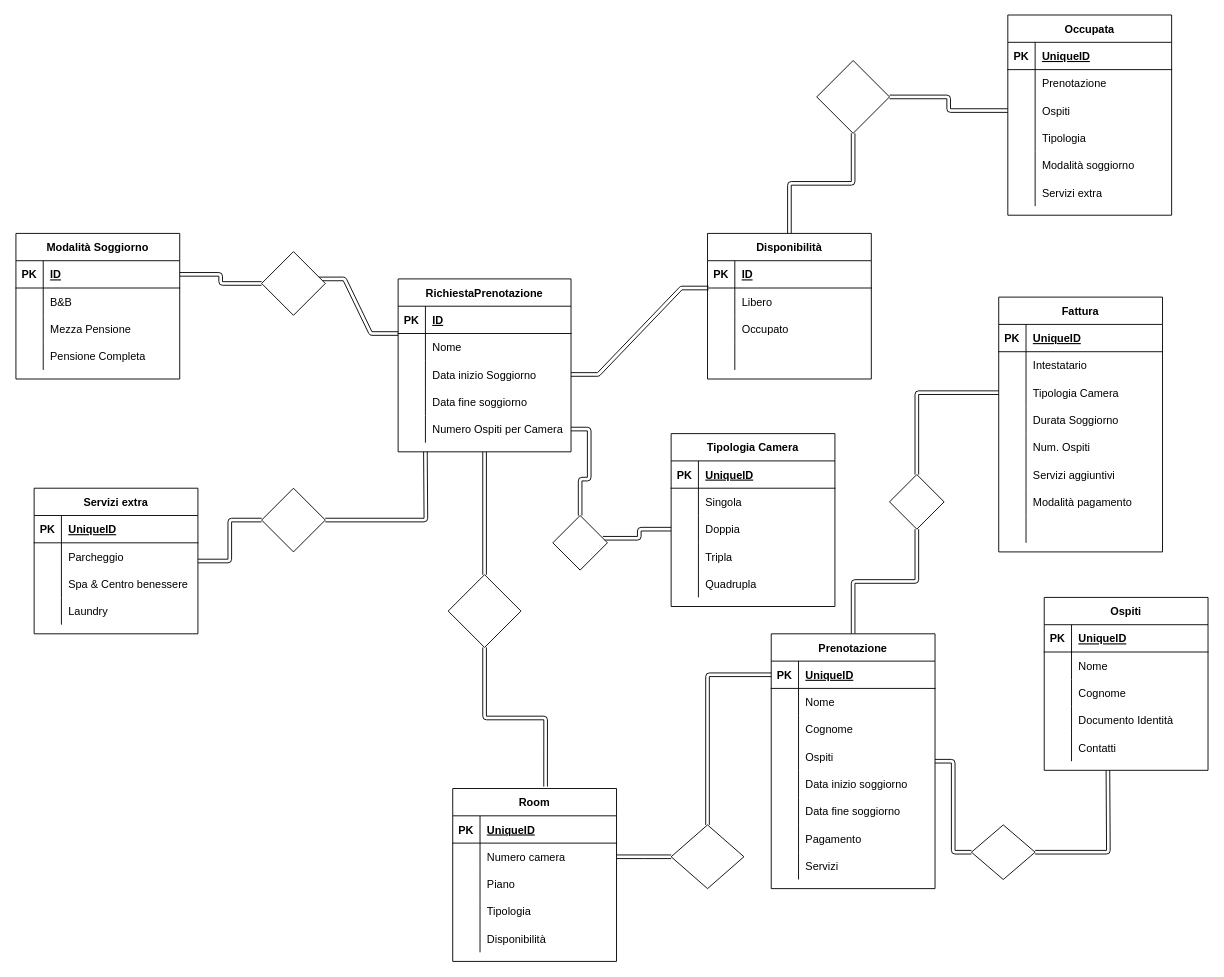
Before: hotel.drawio in TMargherita/db-first, a draw.io diagram. Source tidied: cells renumbered, new cells numbered last; positions are measured from the earlier drawing's top-left corner, leaving out a move shared by most shapes. Both pictures are drawn from the tidied source at 91%, with x=0, y=0 at pixel (15, 15).
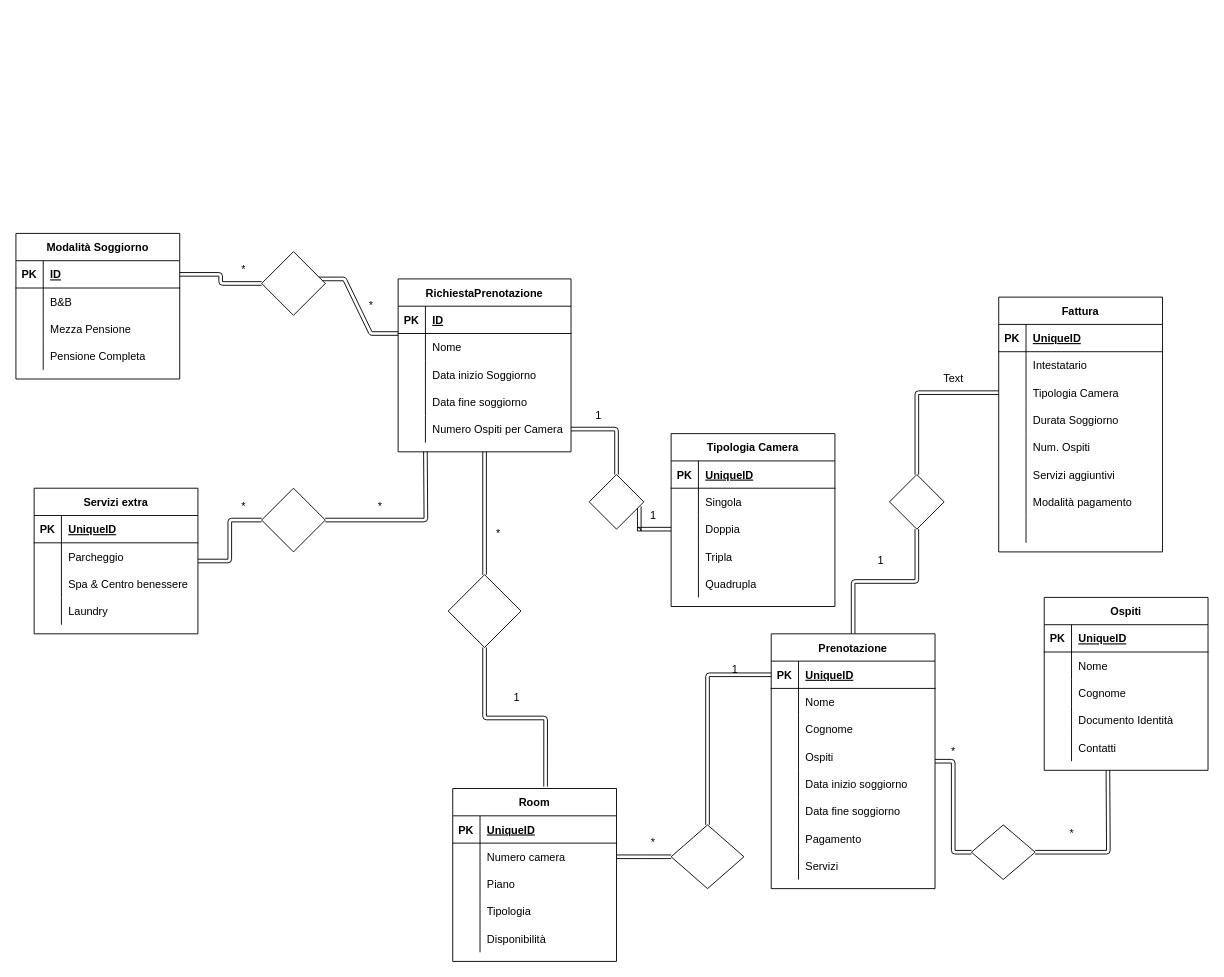
Above is the later version.

Unchanged cells that the change refers to:
```xml
<mxCell id="11" style="shape=partialRectangle;fillColor=none;top=0;left=0;bottom=0;right=0;points=[[0,0.5],[1,0.5]];portConstraint=eastwest;" parent="4" vertex="1">
  <mxGeometry y="90" width="190" height="30" as="geometry" />
</mxCell>
```

Diff of the diagram source:
```diff
@@
-    <mxCell id="2" style="edgeStyle=entityRelationEdgeStyle;fontSize=12;html=1;endArrow=ERone;endFill=1;exitX=1;exitY=0.5;exitDx=0;exitDy=0;entryX=0.006;entryY=0;entryDx=0;entryDy=0;entryPerimeter=0;shape=link;curved=1;" parent="1" edge="1" source="11" target="41">
-      <mxGeometry relative="1" as="geometry" />
-    </mxCell>
@@
-    <mxCell id="36" style="edgeStyle=orthogonalEdgeStyle;shape=link;rounded=1;sketch=0;jettySize=auto;html=1;" parent="1" edge="1" source="37" target="143">
-      <mxGeometry relative="1" as="geometry" />
-    </mxCell>
-    <mxCell id="37" value="Disponibilità" style="shape=table;startSize=30;childLayout=tableLayout;rowLines=0;fontStyle=1;align=center;" parent="1" vertex="1">
-      <mxGeometry x="760" y="240" width="180" height="160" as="geometry" />
-    </mxCell>
-    <mxCell id="38" style="shape=partialRectangle;fillColor=none;top=0;left=0;bottom=1;right=0;" parent="37" vertex="1">
-      <mxGeometry y="30" width="180" height="30" as="geometry" />
-    </mxCell>
-    <mxCell id="39" value="PK" style="shape=partialRectangle;fillColor=none;top=0;left=0;bottom=0;right=0;fontStyle=1;overflow=hidden;" parent="38" vertex="1">
-      <mxGeometry width="30" height="30" as="geometry" />
-    </mxCell>
-    <mxCell id="40" value="ID" style="shape=partialRectangle;fillColor=none;top=0;left=0;bottom=0;right=0;align=left;spacingLeft=6;fontStyle=5;overflow=hidden;" parent="38" vertex="1">
-      <mxGeometry x="30" width="150" height="30" as="geometry" />
-    </mxCell>
-    <mxCell id="41" style="shape=partialRectangle;fillColor=none;top=0;left=0;bottom=0;right=0;points=[[0,0.5],[1,0.5]];portConstraint=eastwest;" parent="37" vertex="1">
-      <mxGeometry y="60" width="180" height="30" as="geometry" />
-    </mxCell>
-    <mxCell id="42" style="shape=partialRectangle;fillColor=none;top=0;left=0;bottom=0;right=0;overflow=hidden;" parent="41" vertex="1">
-      <mxGeometry width="30" height="30" as="geometry" />
-    </mxCell>
-    <mxCell id="43" value="Libero" style="shape=partialRectangle;fillColor=none;top=0;left=0;bottom=0;right=0;align=left;spacingLeft=6;overflow=hidden;" parent="41" vertex="1">
-      <mxGeometry x="30" width="150" height="30" as="geometry" />
-    </mxCell>
-    <mxCell id="44" style="shape=partialRectangle;fillColor=none;top=0;left=0;bottom=0;right=0;" parent="37" vertex="1">
-      <mxGeometry y="90" width="180" height="30" as="geometry" />
-    </mxCell>
-    <mxCell id="45" style="shape=partialRectangle;fillColor=none;top=0;left=0;bottom=0;right=0;overflow=hidden;" parent="44" vertex="1">
-      <mxGeometry width="30" height="30" as="geometry" />
-    </mxCell>
-    <mxCell id="46" value="Occupato" style="shape=partialRectangle;fillColor=none;top=0;left=0;bottom=0;right=0;align=left;spacingLeft=6;overflow=hidden;" parent="44" vertex="1">
-      <mxGeometry x="30" width="150" height="30" as="geometry" />
-    </mxCell>
-    <mxCell id="47" style="shape=partialRectangle;fillColor=none;top=0;left=0;bottom=0;right=0;" parent="37" vertex="1">
-      <mxGeometry y="120" width="180" height="30" as="geometry" />
-    </mxCell>
-    <mxCell id="48" style="shape=partialRectangle;fillColor=none;top=0;left=0;bottom=0;right=0;overflow=hidden;" parent="47" vertex="1">
-      <mxGeometry width="30" height="30" as="geometry" />
-    </mxCell>
-    <mxCell id="49" style="shape=partialRectangle;fillColor=none;top=0;left=0;bottom=0;right=0;align=left;spacingLeft=6;overflow=hidden;" parent="47" vertex="1">
-      <mxGeometry x="30" width="150" height="30" as="geometry" />
-    </mxCell>
-    <mxCell id="50" value="Occupata" style="shape=table;startSize=30;childLayout=tableLayout;rowLines=0;fontStyle=1;align=center;" parent="1" vertex="1">
-      <mxGeometry x="1090" width="180" height="220" as="geometry" />
-    </mxCell>
-    <mxCell id="51" style="shape=partialRectangle;fillColor=none;top=0;left=0;bottom=1;right=0;" parent="50" vertex="1">
-      <mxGeometry y="30" width="180" height="30" as="geometry" />
-    </mxCell>
-    <mxCell id="52" value="PK" style="shape=partialRectangle;fillColor=none;top=0;left=0;bottom=0;right=0;fontStyle=1;overflow=hidden;" parent="51" vertex="1">
-      <mxGeometry width="30" height="30" as="geometry" />
-    </mxCell>
-    <mxCell id="53" value="UniqueID" style="shape=partialRectangle;fillColor=none;top=0;left=0;bottom=0;right=0;align=left;spacingLeft=6;fontStyle=5;overflow=hidden;" parent="51" vertex="1">
-      <mxGeometry x="30" width="150" height="30" as="geometry" />
-    </mxCell>
-    <mxCell id="54" style="shape=partialRectangle;fillColor=none;top=0;left=0;bottom=0;right=0;" parent="50" vertex="1">
-      <mxGeometry y="60" width="180" height="30" as="geometry" />
-    </mxCell>
-    <mxCell id="55" style="shape=partialRectangle;fillColor=none;top=0;left=0;bottom=0;right=0;overflow=hidden;" parent="54" vertex="1">
-      <mxGeometry width="30" height="30" as="geometry" />
-    </mxCell>
-    <mxCell id="56" value="Prenotazione" style="shape=partialRectangle;fillColor=none;top=0;left=0;bottom=0;right=0;align=left;spacingLeft=6;overflow=hidden;" parent="54" vertex="1">
-      <mxGeometry x="30" width="150" height="30" as="geometry" />
-    </mxCell>
-    <mxCell id="57" style="shape=partialRectangle;fillColor=none;top=0;left=0;bottom=0;right=0;points=[[0,0.5],[1,0.5]];portConstraint=eastwest;" parent="50" vertex="1">
-      <mxGeometry y="90" width="180" height="30" as="geometry" />
-    </mxCell>
-    <mxCell id="58" style="shape=partialRectangle;fillColor=none;top=0;left=0;bottom=0;right=0;overflow=hidden;" parent="57" vertex="1">
-      <mxGeometry width="30" height="30" as="geometry" />
-    </mxCell>
-    <mxCell id="59" value="Ospiti" style="shape=partialRectangle;fillColor=none;top=0;left=0;bottom=0;right=0;align=left;spacingLeft=6;overflow=hidden;" parent="57" vertex="1">
-      <mxGeometry x="30" width="150" height="30" as="geometry" />
-    </mxCell>
-    <mxCell id="60" style="shape=partialRectangle;fillColor=none;top=0;left=0;bottom=0;right=0;" parent="50" vertex="1">
-      <mxGeometry y="120" width="180" height="30" as="geometry" />
-    </mxCell>
-    <mxCell id="61" style="shape=partialRectangle;fillColor=none;top=0;left=0;bottom=0;right=0;overflow=hidden;" parent="60" vertex="1">
-      <mxGeometry width="30" height="30" as="geometry" />
-    </mxCell>
-    <mxCell id="62" value="Tipologia" style="shape=partialRectangle;fillColor=none;top=0;left=0;bottom=0;right=0;align=left;spacingLeft=6;overflow=hidden;" parent="60" vertex="1">
-      <mxGeometry x="30" width="150" height="30" as="geometry" />
-    </mxCell>
-    <mxCell id="63" style="shape=partialRectangle;fillColor=none;top=0;left=0;bottom=0;right=0;" parent="50" vertex="1">
-      <mxGeometry y="150" width="180" height="30" as="geometry" />
-    </mxCell>
-    <mxCell id="64" style="shape=partialRectangle;fillColor=none;top=0;left=0;bottom=0;right=0;overflow=hidden;" parent="63" vertex="1">
-      <mxGeometry width="30" height="30" as="geometry" />
-    </mxCell>
-    <mxCell id="65" value="Modalità soggiorno" style="shape=partialRectangle;fillColor=none;top=0;left=0;bottom=0;right=0;align=left;spacingLeft=6;overflow=hidden;" parent="63" vertex="1">
-      <mxGeometry x="30" width="150" height="30" as="geometry" />
-    </mxCell>
-    <mxCell id="66" style="shape=partialRectangle;fillColor=none;top=0;left=0;bottom=0;right=0;" parent="50" vertex="1">
-      <mxGeometry y="180" width="180" height="30" as="geometry" />
-    </mxCell>
-    <mxCell id="67" style="shape=partialRectangle;fillColor=none;top=0;left=0;bottom=0;right=0;overflow=hidden;" parent="66" vertex="1">
-      <mxGeometry width="30" height="30" as="geometry" />
-    </mxCell>
-    <mxCell id="68" value="Servizi extra" style="shape=partialRectangle;fillColor=none;top=0;left=0;bottom=0;right=0;align=left;spacingLeft=6;overflow=hidden;" parent="66" vertex="1">
-      <mxGeometry x="30" width="150" height="30" as="geometry" />
-    </mxCell>
@@
-    <mxCell id="142" style="edgeStyle=orthogonalEdgeStyle;shape=link;rounded=1;sketch=0;jettySize=auto;html=1;entryX=0;entryY=0.5;entryDx=0;entryDy=0;" parent="1" edge="1" source="143" target="57">
-      <mxGeometry relative="1" as="geometry" />
-    </mxCell>
-    <mxCell id="143" style="rhombus;whiteSpace=wrap;html=1;" parent="1" vertex="1">
-      <mxGeometry x="880" y="50" width="80" height="80" as="geometry" />
-    </mxCell>
@@
     <mxCell id="196" style="rhombus;whiteSpace=wrap;html=1;" parent="1" vertex="1">
-      <mxGeometry x="590" y="550" width="60" height="60" as="geometry" />
+      <mxGeometry x="630" y="505" width="60" height="60" as="geometry" />
     </mxCell>
@@
+    <mxCell id="199" value="*" style="text;html=1;align=center;verticalAlign=middle;" parent="1" vertex="1">
+      <mxGeometry x="240" y="530" width="20" height="20" as="geometry" />
+    </mxCell>
+    <mxCell id="200" value="*" style="text;html=1;align=center;verticalAlign=middle;" parent="1" vertex="1">
+      <mxGeometry x="390" y="530" width="20" height="20" as="geometry" />
+    </mxCell>
+    <mxCell id="201" value="*" style="text;html=1;align=center;verticalAlign=middle;" parent="1" vertex="1">
+      <mxGeometry x="240" y="270" width="20" height="20" as="geometry" />
+    </mxCell>
+    <mxCell id="202" value="*" style="text;html=1;align=center;verticalAlign=middle;" parent="1" vertex="1">
+      <mxGeometry x="380" y="310" width="20" height="20" as="geometry" />
+    </mxCell>
+    <mxCell id="203" value="*" style="text;html=1;align=center;verticalAlign=middle;" parent="1" vertex="1">
+      <mxGeometry x="520" y="560" width="20" height="20" as="geometry" />
+    </mxCell>
+    <mxCell id="204" value="1" style="text;html=1;align=center;verticalAlign=middle;" parent="1" vertex="1">
+      <mxGeometry x="540" y="740" width="20" height="20" as="geometry" />
+    </mxCell>
+    <mxCell id="205" value="*" style="text;html=1;align=center;verticalAlign=middle;" parent="1" vertex="1">
+      <mxGeometry x="690" y="900" width="20" height="20" as="geometry" />
+    </mxCell>
+    <mxCell id="206" value="1" style="text;html=1;align=center;verticalAlign=middle;" parent="1" vertex="1">
+      <mxGeometry x="780" y="710" width="20" height="20" as="geometry" />
+    </mxCell>
+    <mxCell id="207" value="*" style="text;html=1;align=center;verticalAlign=middle;" parent="1" vertex="1">
+      <mxGeometry x="1020" y="800" width="20" height="20" as="geometry" />
+    </mxCell>
+    <mxCell id="208" value="*" style="text;html=1;align=center;verticalAlign=middle;" parent="1" vertex="1">
+      <mxGeometry x="1150" y="890" width="20" height="20" as="geometry" />
+    </mxCell>
+    <mxCell id="209" value="1" style="text;html=1;align=center;verticalAlign=middle;" parent="1" vertex="1">
+      <mxGeometry x="630" y="430" width="20" height="20" as="geometry" />
+    </mxCell>
+    <mxCell id="210" value="1" style="text;html=1;align=center;verticalAlign=middle;" parent="1" vertex="1">
+      <mxGeometry x="690" y="540" width="20" height="20" as="geometry" />
+    </mxCell>
+    <mxCell id="211" value="1" style="text;html=1;align=center;verticalAlign=middle;" parent="1" vertex="1">
+      <mxGeometry x="940" y="590" width="20" height="20" as="geometry" />
+    </mxCell>
+    <mxCell id="212" value="Text" style="text;html=1;align=center;verticalAlign=middle;" parent="1" vertex="1">
+      <mxGeometry x="1010" y="390" width="40" height="20" as="geometry" />
+    </mxCell>
```
